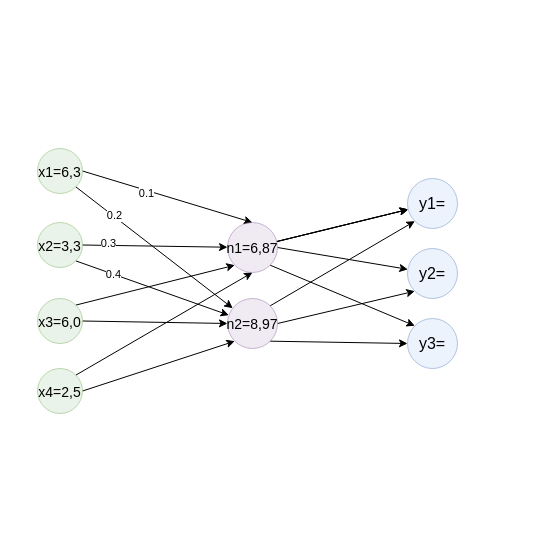
This is troisième rendu/Untitled Diagram.drawio from Siraa27/Projet_CPP, a draw.io file, before an edit. Source tidied: cells renumbered, new cells numbered last; positions are measured from the earlier drawing's top-left corner, leaving out a move shared by most shapes. Both pictures are drawn from the tidied source at 100%, with x=0, y=0 at pixel (37, 148).
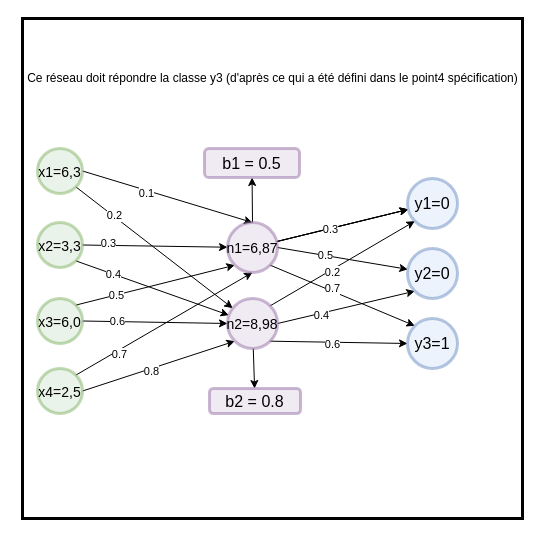
After the change.

The change refers to these unchanged cells:
```xml
<mxCell id="12" style="edgeStyle=none;rounded=0;jettySize=auto;html=1;exitX=1;exitY=0.5;exitDx=0;exitDy=0;entryX=0;entryY=0.5;entryDx=0;entryDy=0;" parent="1" edge="1" source="14" target="27">
  <mxGeometry relative="1" as="geometry" />
</mxCell>
<mxCell id="13" style="edgeStyle=none;rounded=0;jettySize=auto;html=1;exitX=1;exitY=0;exitDx=0;exitDy=0;entryX=0;entryY=1;entryDx=0;entryDy=0;" parent="1" edge="1" source="14" target="23">
  <mxGeometry relative="1" as="geometry" />
</mxCell>
<mxCell id="15" style="edgeStyle=none;rounded=0;jettySize=auto;html=1;exitX=1;exitY=0.5;exitDx=0;exitDy=0;entryX=0;entryY=1;entryDx=0;entryDy=0;" parent="1" edge="1" source="17" target="27">
  <mxGeometry relative="1" as="geometry" />
</mxCell>
<mxCell id="16" style="edgeStyle=none;rounded=0;jettySize=auto;html=1;exitX=1;exitY=0;exitDx=0;exitDy=0;entryX=0.5;entryY=1;entryDx=0;entryDy=0;" parent="1" edge="1" source="17" target="23">
  <mxGeometry relative="1" as="geometry" />
</mxCell>
<mxCell id="20" style="edgeStyle=none;rounded=0;jettySize=auto;html=1;" parent="1" edge="1" source="23" target="28">
  <mxGeometry relative="1" as="geometry" />
</mxCell>
<mxCell id="21" style="edgeStyle=none;rounded=0;jettySize=auto;html=1;exitX=1;exitY=0.5;exitDx=0;exitDy=0;" parent="1" edge="1" source="23" target="30">
  <mxGeometry relative="1" as="geometry" />
</mxCell>
<mxCell id="22" style="edgeStyle=none;rounded=0;jettySize=auto;html=1;exitX=1;exitY=1;exitDx=0;exitDy=0;entryX=0;entryY=0;entryDx=0;entryDy=0;" parent="1" edge="1" source="23" target="29">
  <mxGeometry relative="1" as="geometry" />
</mxCell>
<mxCell id="24" style="edgeStyle=none;rounded=0;jettySize=auto;html=1;exitX=1;exitY=1;exitDx=0;exitDy=0;entryX=0;entryY=0.5;entryDx=0;entryDy=0;" parent="1" edge="1" source="27" target="29">
  <mxGeometry relative="1" as="geometry" />
</mxCell>
<mxCell id="25" style="edgeStyle=none;rounded=0;jettySize=auto;html=1;exitX=1;exitY=0.5;exitDx=0;exitDy=0;entryX=0;entryY=1;entryDx=0;entryDy=0;" parent="1" edge="1" source="27" target="30">
  <mxGeometry relative="1" as="geometry" />
</mxCell>
<mxCell id="26" style="edgeStyle=none;rounded=0;jettySize=auto;html=1;exitX=1;exitY=0;exitDx=0;exitDy=0;entryX=0;entryY=1;entryDx=0;entryDy=0;" parent="1" edge="1" source="27" target="28">
  <mxGeometry relative="1" as="geometry" />
</mxCell>
```

Change to the diagram source:
```diff
@@
+    <mxCell id="31" style="whiteSpace=wrap;html=1;strokeWidth=3;" parent="1" vertex="1">
+      <mxGeometry x="-15" y="-130" width="500" height="500" as="geometry" />
+    </mxCell>
@@
-    <mxCell id="6" value="&lt;font style=&quot;font-size: 14px&quot;&gt;x1=6,3&lt;/font&gt;" style="ellipse;whiteSpace=wrap;html=1;rounded=1;shadow=0;glass=0;labelBackgroundColor=none;strokeColor=#82b366;strokeWidth=1;fillColor=#d5e8d4;fontFamily=Helvetica;fontSize=16;align=center;opacity=50;spacing=15;" parent="1" vertex="1">
+    <mxCell id="6" value="&lt;font style=&quot;font-size: 14px&quot;&gt;x1=6,3&lt;/font&gt;" style="ellipse;whiteSpace=wrap;html=1;rounded=1;shadow=0;glass=0;labelBackgroundColor=none;strokeColor=#82b366;strokeWidth=3;fillColor=#d5e8d4;fontFamily=Helvetica;fontSize=16;align=center;opacity=50;spacing=15;" parent="1" vertex="1">
       <mxGeometry width="45" height="45" as="geometry" />
     </mxCell>
@@
-    <mxCell id="11" value="&lt;font style=&quot;font-size: 14px&quot;&gt;x2=3,3&lt;/font&gt;" style="ellipse;whiteSpace=wrap;html=1;rounded=1;shadow=0;glass=0;labelBackgroundColor=none;strokeColor=#82b366;strokeWidth=1;fillColor=#d5e8d4;fontFamily=Helvetica;fontSize=16;align=center;opacity=50;spacing=15;" parent="1" vertex="1">
+    <mxCell id="11" value="&lt;font style=&quot;font-size: 14px&quot;&gt;x2=3,3&lt;/font&gt;" style="ellipse;whiteSpace=wrap;html=1;rounded=1;shadow=0;glass=0;labelBackgroundColor=none;strokeColor=#82b366;strokeWidth=3;fillColor=#d5e8d4;fontFamily=Helvetica;fontSize=16;align=center;opacity=50;spacing=15;" parent="1" vertex="1">
       <mxGeometry y="74" width="45" height="45" as="geometry" />
     </mxCell>
@@
+    <mxCell id="32" value="0.6" style="edgeLabel;html=1;align=center;verticalAlign=middle;" parent="12" vertex="1">
+      <mxGeometry x="-0.53" y="1" relative="1" as="geometry" />
+    </mxCell>
@@
+    <mxCell id="33" value="0.5" style="edgeLabel;html=1;align=center;verticalAlign=middle;" parent="13" vertex="1">
+      <mxGeometry x="-0.5" relative="1" as="geometry" />
+    </mxCell>
-    <mxCell id="14" value="&lt;font style=&quot;font-size: 14px&quot;&gt;x3=6,0&lt;/font&gt;" style="ellipse;whiteSpace=wrap;html=1;rounded=1;shadow=0;glass=0;labelBackgroundColor=none;strokeColor=#82b366;strokeWidth=1;fillColor=#d5e8d4;fontFamily=Helvetica;fontSize=16;align=center;opacity=50;spacing=15;" parent="1" vertex="1">
+    <mxCell id="14" value="&lt;font style=&quot;font-size: 14px&quot;&gt;x3=6,0&lt;/font&gt;" style="ellipse;whiteSpace=wrap;html=1;rounded=1;shadow=0;glass=0;labelBackgroundColor=none;strokeColor=#82b366;strokeWidth=3;fillColor=#d5e8d4;fontFamily=Helvetica;fontSize=16;align=center;opacity=50;spacing=15;" parent="1" vertex="1">
       <mxGeometry y="150" width="45" height="45" as="geometry" />
     </mxCell>
@@
+    <mxCell id="34" value="0.8" style="edgeLabel;html=1;align=center;verticalAlign=middle;" parent="15" vertex="1">
+      <mxGeometry x="-0.11" y="-2" relative="1" as="geometry" />
+    </mxCell>
@@
+    <mxCell id="35" value="0.7" style="edgeLabel;html=1;align=center;verticalAlign=middle;" parent="16" vertex="1">
+      <mxGeometry x="-0.53" y="-4" relative="1" as="geometry" />
+    </mxCell>
-    <mxCell id="17" value="&lt;font style=&quot;font-size: 14px&quot;&gt;x4=2,5&lt;/font&gt;" style="ellipse;whiteSpace=wrap;html=1;rounded=1;shadow=0;glass=0;labelBackgroundColor=none;strokeColor=#82b366;strokeWidth=1;fillColor=#d5e8d4;fontFamily=Helvetica;fontSize=16;align=center;opacity=50;spacing=15;" parent="1" vertex="1">
+    <mxCell id="17" value="&lt;font style=&quot;font-size: 14px&quot;&gt;x4=2,5&lt;/font&gt;" style="ellipse;whiteSpace=wrap;html=1;rounded=1;shadow=0;glass=0;labelBackgroundColor=none;strokeColor=#82b366;strokeWidth=3;fillColor=#d5e8d4;fontFamily=Helvetica;fontSize=16;align=center;opacity=50;spacing=15;" parent="1" vertex="1">
       <mxGeometry y="220" width="45" height="45" as="geometry" />
     </mxCell>
@@
+    <mxCell id="36" value="0.3" style="edgeLabel;html=1;align=center;verticalAlign=middle;" parent="20" vertex="1">
+      <mxGeometry x="-0.19" y="-1" relative="1" as="geometry" />
+    </mxCell>
@@
+    <mxCell id="37" value="0.5" style="edgeLabel;html=1;align=center;verticalAlign=middle;" parent="21" vertex="1">
+      <mxGeometry x="-0.28" relative="1" as="geometry" />
+    </mxCell>
@@
+    <mxCell id="38" value="0.7" style="edgeLabel;html=1;align=center;verticalAlign=middle;" parent="22" vertex="1">
+      <mxGeometry x="-0.09" relative="1" as="geometry">
+        <mxPoint x="-4" y="-5" as="offset" />
+      </mxGeometry>
+    </mxCell>
+    <mxCell id="39" style="edgeStyle=none;rounded=0;jettySize=auto;html=1;" parent="1" edge="1" source="23" target="44">
+      <mxGeometry relative="1" as="geometry" />
+    </mxCell>
-    <mxCell id="23" value="&lt;font style=&quot;font-size: 14px&quot;&gt;n1=6,87&lt;/font&gt;" style="ellipse;whiteSpace=wrap;html=1;rounded=1;shadow=0;glass=0;labelBackgroundColor=none;strokeColor=#9673a6;strokeWidth=1;fillColor=#e1d5e7;fontFamily=Helvetica;fontSize=16;align=center;opacity=50;spacing=15;" parent="1" vertex="1">
+    <mxCell id="23" value="&lt;font style=&quot;font-size: 14px&quot;&gt;n1=6,87&lt;/font&gt;" style="ellipse;whiteSpace=wrap;html=1;rounded=1;shadow=0;glass=0;labelBackgroundColor=none;strokeColor=#9673a6;strokeWidth=3;fillColor=#e1d5e7;fontFamily=Helvetica;fontSize=16;align=center;opacity=50;spacing=15;" parent="1" vertex="1">
       <mxGeometry x="190" y="74" width="50" height="50" as="geometry" />
     </mxCell>
@@
+    <mxCell id="40" value="0.6" style="edgeLabel;html=1;align=center;verticalAlign=middle;" parent="24" vertex="1">
+      <mxGeometry x="-0.09" y="-2" relative="1" as="geometry" />
+    </mxCell>
@@
+    <mxCell id="41" value="0.4" style="edgeLabel;html=1;align=center;verticalAlign=middle;" parent="25" vertex="1">
+      <mxGeometry x="-0.37" y="-2" relative="1" as="geometry" />
+    </mxCell>
@@
+    <mxCell id="42" value="0.2" style="edgeLabel;html=1;align=center;verticalAlign=middle;" parent="26" vertex="1">
+      <mxGeometry x="-0.15" y="-2" relative="1" as="geometry" />
+    </mxCell>
+    <mxCell id="43" style="edgeStyle=none;rounded=0;jettySize=auto;html=1;" parent="1" edge="1" source="27" target="45">
+      <mxGeometry relative="1" as="geometry" />
+    </mxCell>
-    <mxCell id="27" value="&lt;font style=&quot;font-size: 14px&quot;&gt;n2=8,97&lt;/font&gt;" style="ellipse;whiteSpace=wrap;html=1;rounded=1;shadow=0;glass=0;labelBackgroundColor=none;strokeColor=#9673a6;strokeWidth=1;fillColor=#e1d5e7;fontFamily=Helvetica;fontSize=16;align=center;opacity=50;spacing=15;" parent="1" vertex="1">
+    <mxCell id="27" value="&lt;font style=&quot;font-size: 14px&quot;&gt;n2=8,98&lt;/font&gt;" style="ellipse;whiteSpace=wrap;html=1;rounded=1;shadow=0;glass=0;labelBackgroundColor=none;strokeColor=#9673a6;strokeWidth=3;fillColor=#e1d5e7;fontFamily=Helvetica;fontSize=16;align=center;opacity=50;spacing=15;" parent="1" vertex="1">
       <mxGeometry x="190" y="150" width="50" height="50" as="geometry" />
     </mxCell>
-    <mxCell id="28" value="y1=" style="ellipse;whiteSpace=wrap;html=1;rounded=1;shadow=0;glass=0;labelBackgroundColor=none;strokeColor=#6c8ebf;strokeWidth=1;fillColor=#dae8fc;fontFamily=Helvetica;fontSize=16;align=center;opacity=50;spacing=15;" parent="1" vertex="1">
+    <mxCell id="28" value="y1=0" style="ellipse;whiteSpace=wrap;html=1;rounded=1;shadow=0;glass=0;labelBackgroundColor=none;strokeColor=#6c8ebf;strokeWidth=3;fillColor=#dae8fc;fontFamily=Helvetica;fontSize=16;align=center;opacity=50;spacing=15;" parent="1" vertex="1">
       <mxGeometry x="370" y="30" width="50" height="50" as="geometry" />
     </mxCell>
-    <mxCell id="29" value="y3=" style="ellipse;whiteSpace=wrap;html=1;rounded=1;shadow=0;glass=0;labelBackgroundColor=none;strokeColor=#6c8ebf;strokeWidth=1;fillColor=#dae8fc;fontFamily=Helvetica;fontSize=16;align=center;opacity=50;spacing=15;" parent="1" vertex="1">
+    <mxCell id="29" value="y3=1" style="ellipse;whiteSpace=wrap;html=1;rounded=1;shadow=0;glass=0;labelBackgroundColor=none;strokeColor=#6c8ebf;strokeWidth=3;fillColor=#dae8fc;fontFamily=Helvetica;fontSize=16;align=center;opacity=50;spacing=15;" parent="1" vertex="1">
       <mxGeometry x="370" y="170" width="50" height="50" as="geometry" />
     </mxCell>
-    <mxCell id="30" value="y2=" style="ellipse;whiteSpace=wrap;html=1;rounded=1;shadow=0;glass=0;labelBackgroundColor=none;strokeColor=#6c8ebf;strokeWidth=1;fillColor=#dae8fc;fontFamily=Helvetica;fontSize=16;align=center;opacity=50;spacing=15;" parent="1" vertex="1">
+    <mxCell id="30" value="y2=0" style="ellipse;whiteSpace=wrap;html=1;rounded=1;shadow=0;glass=0;labelBackgroundColor=none;strokeColor=#6c8ebf;strokeWidth=3;fillColor=#dae8fc;fontFamily=Helvetica;fontSize=16;align=center;opacity=50;spacing=15;" parent="1" vertex="1">
       <mxGeometry x="370" y="100" width="50" height="50" as="geometry" />
     </mxCell>
+    <mxCell id="44" value="b1 = 0.5" style="whiteSpace=wrap;html=1;rounded=1;shadow=0;fontSize=16;strokeColor=#9673a6;strokeWidth=3;fillColor=#e1d5e7;glass=0;opacity=50;spacing=15;" parent="1" vertex="1">
+      <mxGeometry x="167" width="95" height="29" as="geometry" />
+    </mxCell>
+    <mxCell id="45" value="b2 = 0.8" style="whiteSpace=wrap;html=1;rounded=1;shadow=0;fontSize=16;strokeColor=#9673a6;strokeWidth=3;fillColor=#e1d5e7;glass=0;opacity=50;spacing=15;" parent="1" vertex="1">
+      <mxGeometry x="172" y="240" width="91" height="25" as="geometry" />
+    </mxCell>
+    <mxCell id="46" value="Ce réseau doit répondre la classe y3 (d'après ce qui a été défini dans le point4 spécification)" style="text;html=1;align=center;verticalAlign=middle;strokeColor=none;" parent="1" vertex="1">
+      <mxGeometry x="-20" y="-80" width="510" height="20" as="geometry" />
+    </mxCell>
```
